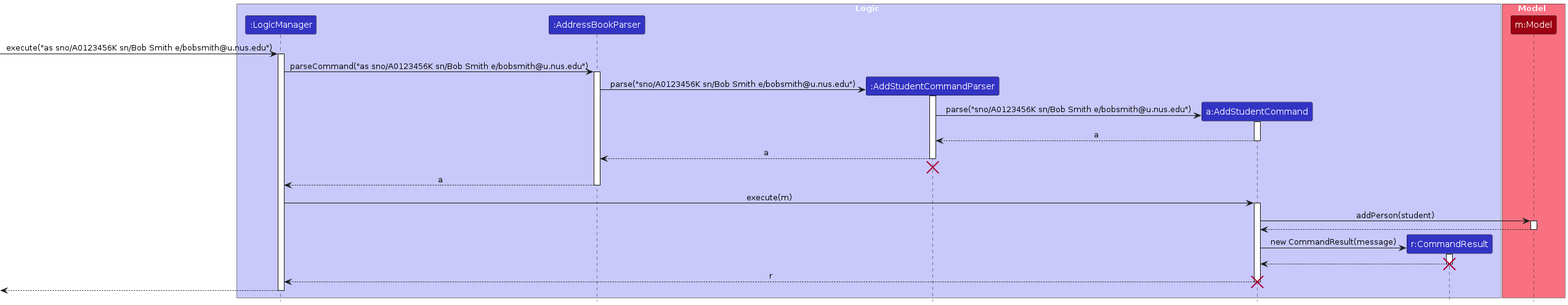
This is diagrams/AddStudentSequenceDiagram.png from AY2425S1-CS2103-F12-2/tp, a PlantUML export, as it was before one commit. Its source is kept beside it as diagrams/AddStudentSequenceDiagram.puml.
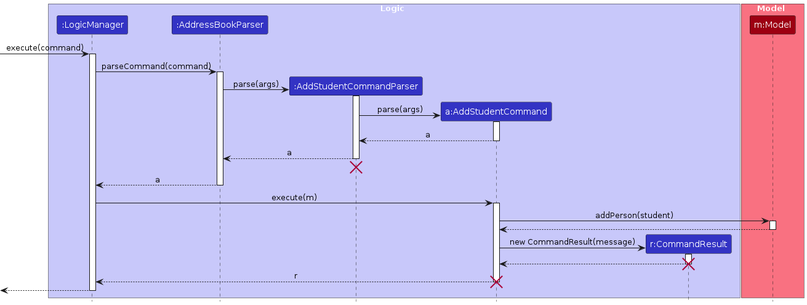
Later version of the same file.

The edit, as a diff of the source:
```diff
@@ -14,18 +14,18 @@
 participant "m:Model" as Model MODEL_COLOR
 end box
 
-[-> LogicManager : execute("as sno/A0123456K sn/Bob Smith e/bobsmith@u.nus.edu")
+[-> LogicManager : execute(command)
 activate LogicManager
 
-LogicManager -> AddressBookParser : parseCommand("as sno/A0123456K sn/Bob Smith e/bobsmith@u.nus.edu")
+LogicManager -> AddressBookParser : parseCommand(command)
 activate AddressBookParser
 
 create AddStudentCommandParser
-AddressBookParser -> AddStudentCommandParser : parse("sno/A0123456K sn/Bob Smith e/bobsmith@u.nus.edu")
+AddressBookParser -> AddStudentCommandParser : parse(args)
 activate AddStudentCommandParser
 
 create AddStudentCommand
-AddStudentCommandParser -> AddStudentCommand : parse("sno/A0123456K sn/Bob Smith e/bobsmith@u.nus.edu")
+AddStudentCommandParser -> AddStudentCommand : parse(args)
 activate AddStudentCommand
 
 AddStudentCommand --> AddStudentCommandParser : a
```
